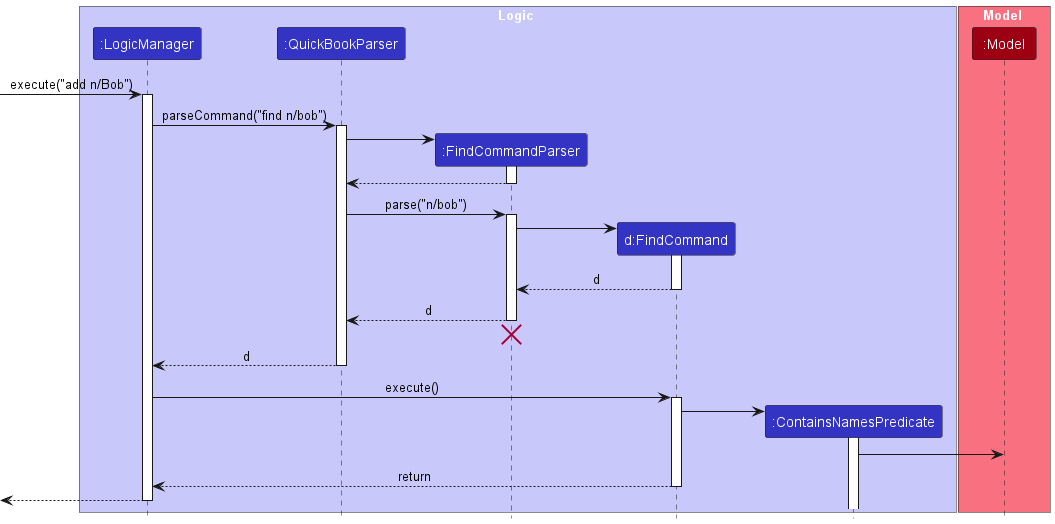
Above: docs/images/FindSequenceDiagram.png in nus-cs2103-AY2223S2/tp (PlantUML), before the change.
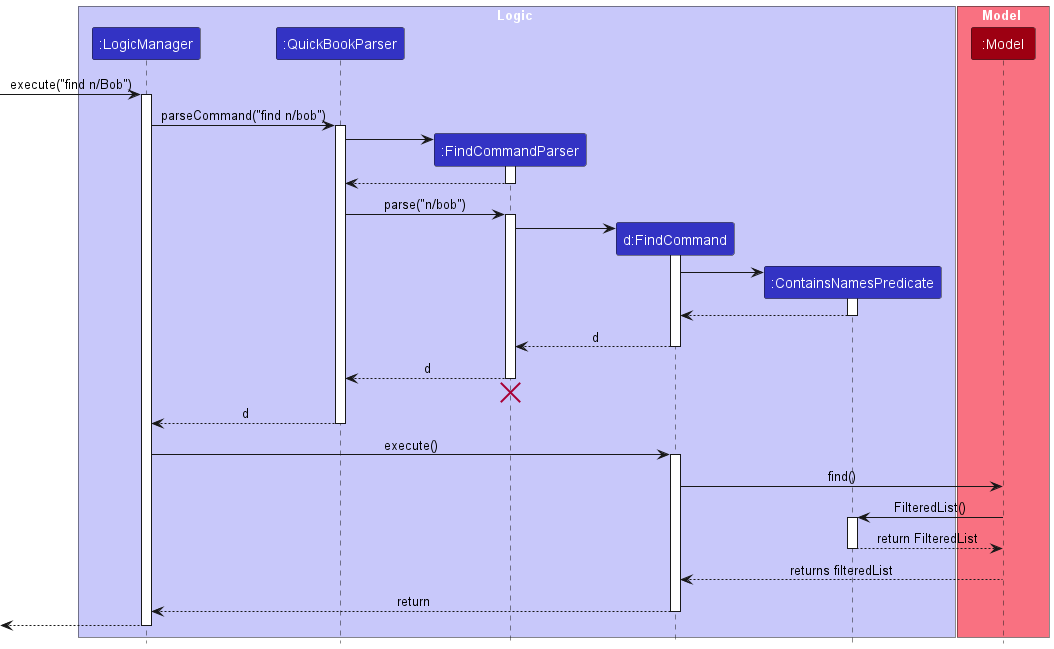
After the change.

What changed in the source:
```diff
@@ -13,7 +13,7 @@
 participant ":Model" as Model MODEL_COLOR
 end box
 
-[-> LogicManager : execute("add n/Bob")
+[-> LogicManager : execute("find n/Bob")
 activate LogicManager
 
 LogicManager -> QuickBookParser : parseCommand("find n/bob")
@@ -32,6 +32,12 @@
 create FindCommand
 FindCommandParser -> FindCommand
 activate FindCommand
+create ContainsNamesPredicate
+
+FindCommand -> ContainsNamesPredicate
+activate ContainsNamesPredicate
+ContainsNamesPredicate --> FindCommand
+deactivate ContainsNamesPredicate
 
 FindCommand --> FindCommandParser : d
 deactivate FindCommand
@@ -46,12 +52,14 @@
 
 LogicManager -> FindCommand : execute()
 activate FindCommand
+FindCommand -> Model : find()
+Model -> ContainsNamesPredicate: FilteredList()
+activate ContainsNamesPredicate
+ContainsNamesPredicate --> Model: return FilteredList
+deactivate ContainsNamesPredicate
 
-create ContainsNamesPredicate
-FindCommand -> ContainsNamesPredicate
-activate ContainsNamesPredicate
+Model --> FindCommand: returns filteredList
 
-ContainsNamesPredicate -> Model
 
 FindCommand --> LogicManager : return
 deactivate FindCommand
```
